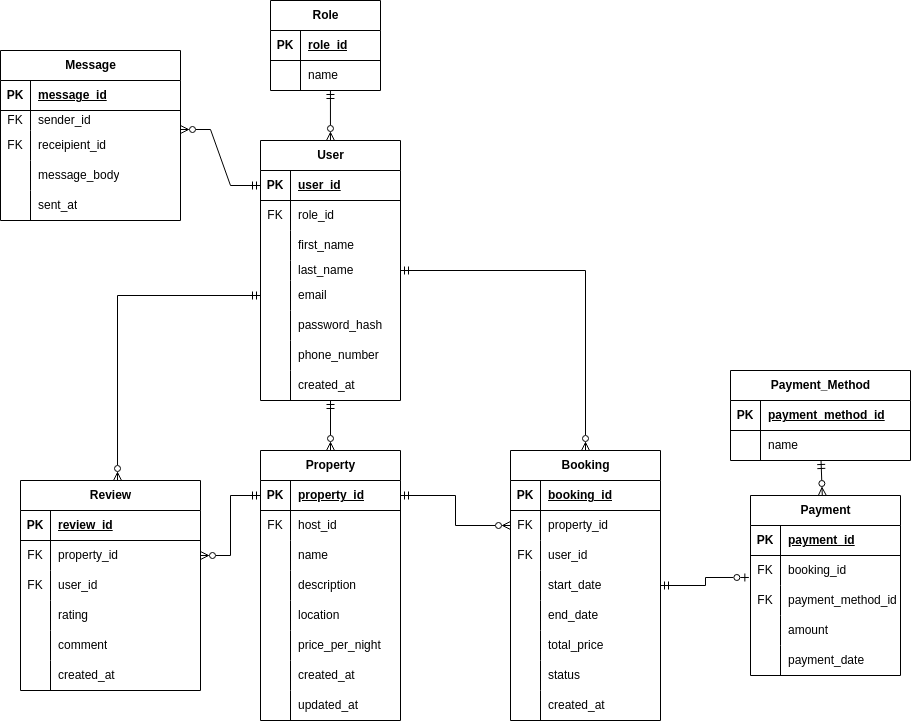
This is ERD/ERD.png from iamArvy/alx-airbnb-database, a draw.io export, as it was before one commit. Source tidied: cells renumbered, new cells last; positions are measured from the earlier drawing's top-left corner, leaving out a move shared by most shapes.
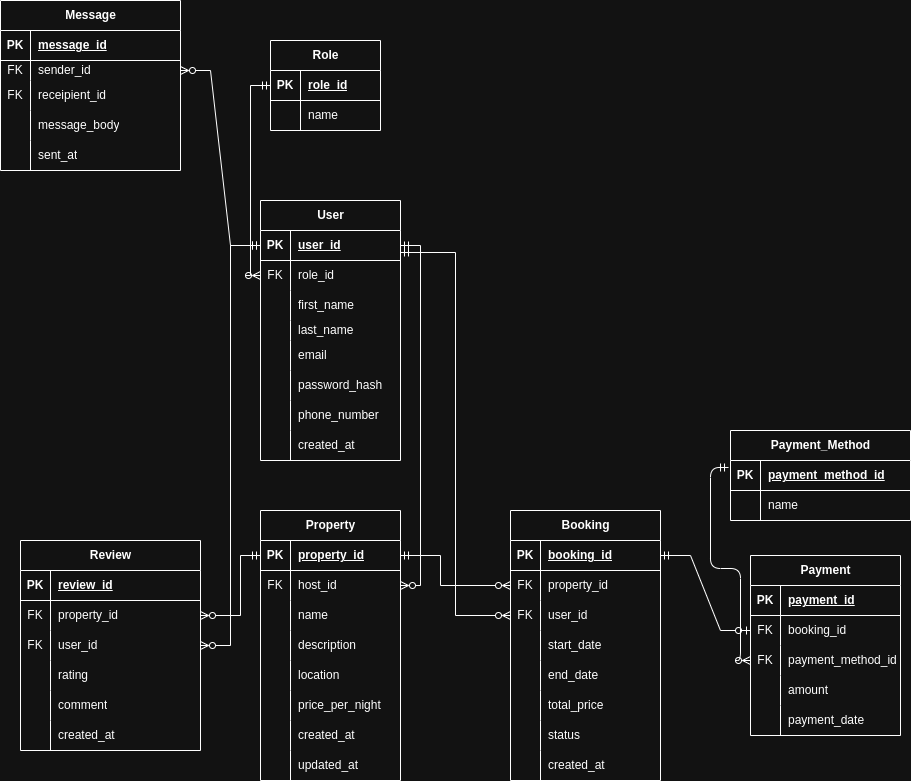
Later version of the same file.

Diff of the diagram source:
```diff
@@ -2,10 +2,10 @@
   <root>
     <mxCell id="0" />
     <mxCell id="1" parent="0" />
-    <mxCell id="2" style="edgeStyle=orthogonalEdgeStyle;rounded=0;jettySize=auto;html=1;entryX=0.5;entryY=0;entryDx=0;entryDy=0;startArrow=ERmandOne;startFill=0;endArrow=ERzeroToMany;endFill=0;" parent="1" edge="1" source="4" target="29">
+    <mxCell id="2" style="edgeStyle=orthogonalEdgeStyle;rounded=0;jettySize=auto;html=1;entryX=1;entryY=0.5;entryDx=0;entryDy=0;startArrow=ERmandOne;startFill=0;endArrow=ERzeroToMany;endFill=0;exitX=1;exitY=0.5;exitDx=0;exitDy=0;" parent="1" edge="1" source="5" target="33">
       <mxGeometry relative="1" as="geometry" />
     </mxCell>
-    <mxCell id="3" style="edgeStyle=orthogonalEdgeStyle;rounded=0;jettySize=auto;html=1;entryX=0.5;entryY=0;entryDx=0;entryDy=0;startArrow=ERmandOne;startFill=0;endArrow=ERzeroToMany;endFill=0;" parent="1" edge="1" source="4" target="54">
+    <mxCell id="3" style="edgeStyle=orthogonalEdgeStyle;rounded=0;jettySize=auto;html=1;entryX=0;entryY=0.5;entryDx=0;entryDy=0;startArrow=ERmandOne;startFill=0;endArrow=ERzeroToMany;endFill=0;exitX=1;exitY=0.733;exitDx=0;exitDy=0;exitPerimeter=0;" parent="1" edge="1" source="5" target="61">
       <mxGeometry relative="1" as="geometry" />
     </mxCell>
     <mxCell id="4" value="User" style="shape=table;startSize=30;rowLines=0;fontStyle=1;align=center;html=1;" parent="1" vertex="1">
@@ -233,11 +233,18 @@
     <mxCell id="78" value="created_at" style="shape=partialRectangle;fillColor=none;top=0;left=0;bottom=0;right=0;align=left;spacingLeft=6;overflow=hidden;whiteSpace=wrap;html=1;" parent="76" vertex="1">
       <mxGeometry x="30" width="120" height="30" as="geometry" />
     </mxCell>
-    <mxCell id="79" style="edgeStyle=none;html=1;endArrow=ERmandOne;endFill=0;startArrow=ERoneToMany;startFill=0;" parent="1" edge="1" source="81" target="x">
+    <mxCell id="79" style="edgeStyle=none;html=1;endArrow=ERmandOne;endFill=0;startArrow=ERoneToMany;startFill=0;" parent="1" edge="1" source="81">
       <mxGeometry relative="1" as="geometry" />
     </mxCell>
-    <mxCell id="80" style="edgeStyle=none;html=1;endArrow=ERmandOne;endFill=0;startArrow=ERzeroToMany;startFill=0;" parent="1" edge="1" source="81" target="141">
-      <mxGeometry relative="1" as="geometry" />
+    <mxCell id="80" style="edgeStyle=orthogonalEdgeStyle;html=1;endArrow=ERmandOne;endFill=0;startArrow=ERzeroToMany;startFill=0;exitX=0;exitY=0.5;exitDx=0;exitDy=0;entryX=-0.011;entryY=0.233;entryDx=0;entryDy=0;entryPerimeter=0;" parent="1" edge="1" source="88" target="138">
+      <mxGeometry relative="1" as="geometry">
+        <Array as="points">
+          <mxPoint x="740" y="600" />
+          <mxPoint x="740" y="508" />
+          <mxPoint x="710" y="508" />
+          <mxPoint x="710" y="407" />
+        </Array>
+      </mxGeometry>
     </mxCell>
     <mxCell id="81" value="Payment" style="shape=table;startSize=30;rowLines=0;fontStyle=1;align=center;html=1;" parent="1" vertex="1">
       <mxGeometry x="750" y="495" width="150" height="180" as="geometry" />
@@ -345,7 +352,7 @@
       <mxGeometry x="30" width="150" height="30" as="geometry" />
     </mxCell>
     <mxCell id="116" value="Message" style="shape=table;startSize=30;rowLines=0;fontStyle=1;align=center;html=1;" parent="1" vertex="1">
-      <mxGeometry y="50" width="180" height="170" as="geometry" />
+      <mxGeometry y="-60" width="180" height="170" as="geometry" />
     </mxCell>
     <mxCell id="117" style="shape=tableRow;horizontal=0;startSize=0;swimlaneHead=0;swimlaneBody=0;fillColor=none;top=0;left=0;right=0;bottom=1;" parent="116" vertex="1">
       <mxGeometry y="30" width="180" height="30" as="geometry" />
@@ -392,19 +399,29 @@
     <mxCell id="131" value="sent_at" style="shape=partialRectangle;fillColor=none;top=0;left=0;bottom=0;right=0;align=left;spacingLeft=6;overflow=hidden;whiteSpace=wrap;html=1;" parent="129" vertex="1">
       <mxGeometry x="30" width="150" height="30" as="geometry" />
     </mxCell>
-    <mxCell id="132" style="edgeStyle=entityRelationEdgeStyle;fontSize=12;html=1;endArrow=ERzeroToMany;rounded=0;entryX=1;entryY=0.95;entryDx=0;entryDy=0;entryPerimeter=0;exitX=0;exitY=0.5;exitDx=0;exitDy=0;startArrow=ERmandOne;startFill=0;endFill=0;" parent="1" edge="1" source="5" target="120">
+    <mxCell id="132" style="edgeStyle=entityRelationEdgeStyle;fontSize=12;html=1;endArrow=ERzeroToMany;rounded=0;exitX=0;exitY=0.5;exitDx=0;exitDy=0;startArrow=ERmandOne;startFill=0;endFill=0;" parent="1" edge="1" source="5" target="120">
       <mxGeometry relative="1" as="geometry" />
     </mxCell>
     <mxCell id="133" style="edgeStyle=orthogonalEdgeStyle;rounded=0;jettySize=auto;html=1;entryX=0;entryY=0.5;entryDx=0;entryDy=0;startArrow=ERmandOne;startFill=0;endArrow=ERzeroToMany;endFill=0;" parent="1" edge="1" source="30" target="58">
-      <mxGeometry relative="1" as="geometry" />
+      <mxGeometry relative="1" as="geometry">
+        <Array as="points">
+          <mxPoint x="440" y="495" />
+          <mxPoint x="440" y="525" />
+        </Array>
+      </mxGeometry>
     </mxCell>
     <mxCell id="134" style="edgeStyle=orthogonalEdgeStyle;rounded=0;jettySize=auto;html=1;endArrow=ERzeroToMany;endFill=0;startArrow=ERmandOne;startFill=0;" parent="1" edge="1" source="30" target="101">
-      <mxGeometry relative="1" as="geometry" />
+      <mxGeometry relative="1" as="geometry">
+        <Array as="points">
+          <mxPoint x="240" y="495" />
+          <mxPoint x="240" y="555" />
+        </Array>
+      </mxGeometry>
     </mxCell>
-    <mxCell id="135" style="edgeStyle=orthogonalEdgeStyle;rounded=0;jettySize=auto;html=1;entryX=-0.011;entryY=0.733;entryDx=0;entryDy=0;entryPerimeter=0;endArrow=ERzeroToOne;endFill=0;startArrow=ERmandOne;startFill=0;" parent="1" edge="1" source="54" target="85">
+    <mxCell id="135" style="edgeStyle=entityRelationEdgeStyle;rounded=0;jettySize=auto;html=1;entryX=0;entryY=0.5;entryDx=0;entryDy=0;endArrow=ERzeroToOne;endFill=0;startArrow=ERmandOne;startFill=0;exitX=1;exitY=0.5;exitDx=0;exitDy=0;" parent="1" edge="1" source="55" target="85">
       <mxGeometry relative="1" as="geometry" />
     </mxCell>
-    <mxCell id="136" style="edgeStyle=orthogonalEdgeStyle;rounded=0;jettySize=auto;html=1;entryX=0.539;entryY=0;entryDx=0;entryDy=0;entryPerimeter=0;startArrow=ERmandOne;startFill=0;endArrow=ERzeroToMany;endFill=0;" parent="1" edge="1" source="17" target="97">
+    <mxCell id="136" style="edgeStyle=orthogonalEdgeStyle;rounded=0;jettySize=auto;html=1;entryX=1;entryY=0.5;entryDx=0;entryDy=0;startArrow=ERmandOne;startFill=0;endArrow=ERzeroToMany;endFill=0;exitX=0;exitY=0.5;exitDx=0;exitDy=0;" parent="1" edge="1" source="5" target="104">
       <mxGeometry relative="1" as="geometry" />
     </mxCell>
     <mxCell id="137" value="Payment_Method" style="shape=table;startSize=30;rowLines=0;fontStyle=1;align=center;html=1;" parent="1" vertex="1">
@@ -429,7 +446,7 @@
       <mxGeometry x="30" width="150" height="30" as="geometry" />
     </mxCell>
     <mxCell id="144" value="Role" style="shape=table;startSize=30;rowLines=0;fontStyle=1;align=center;html=1;" parent="1" vertex="1">
-      <mxGeometry x="270" width="110" height="90" as="geometry" />
+      <mxGeometry x="270" y="-20" width="110" height="90" as="geometry" />
     </mxCell>
     <mxCell id="145" style="shape=tableRow;horizontal=0;startSize=0;swimlaneHead=0;swimlaneBody=0;fillColor=none;points=[[0,0.5],[1,0.5]];portConstraint=eastwest;top=0;left=0;right=0;bottom=1;" parent="144" vertex="1">
       <mxGeometry y="30" width="110" height="30" as="geometry" />
@@ -449,8 +466,8 @@
     <mxCell id="150" value="name" style="shape=partialRectangle;fillColor=none;top=0;left=0;bottom=0;right=0;align=left;spacingLeft=6;overflow=hidden;whiteSpace=wrap;html=1;" parent="148" vertex="1">
       <mxGeometry x="30" width="80" height="30" as="geometry" />
     </mxCell>
-    <mxCell id="151" style="edgeStyle=none;html=1;entryX=0.545;entryY=1;entryDx=0;entryDy=0;entryPerimeter=0;endArrow=ERmandOne;endFill=0;startArrow=ERzeroToMany;startFill=0;" parent="1" edge="1" source="4" target="148">
-      <mxGeometry relative="1" as="geometry" />
-    </mxCell>
+    <mxCell id="152" style="edgeStyle=orthogonalEdgeStyle;rounded=0;jettySize=auto;html=1;exitX=0;exitY=0.5;exitDx=0;exitDy=0;startArrow=ERmandOne;startFill=0;endArrow=ERzeroToMany;endFill=0;" parent="1" edge="1" source="145" target="8">
+      <mxGeometry relative="1" as="geometry" />
+    </mxCell>
   </root>
 </mxGraphModel>
```
